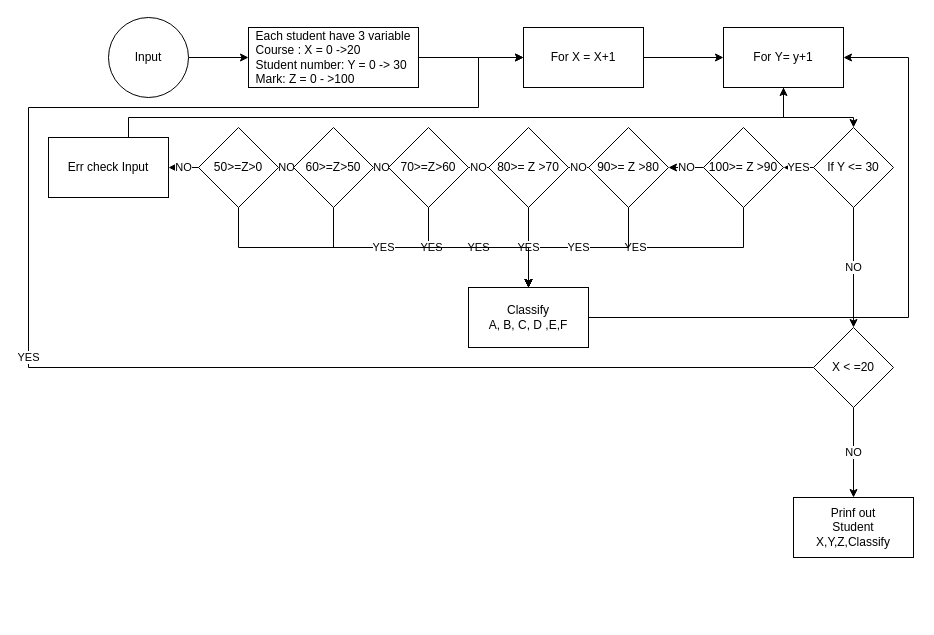
This is Untitled Diagram.drawio from ricotrannguyen/Algorithm, a draw.io file, before an edit. Source tidied: cells renumbered, new cells numbered last; positions are measured from the earlier drawing's top-left corner, leaving out a move shared by most shapes. Both pictures are drawn from the tidied source at 100%, with x=0, y=0 at pixel (28, 17).
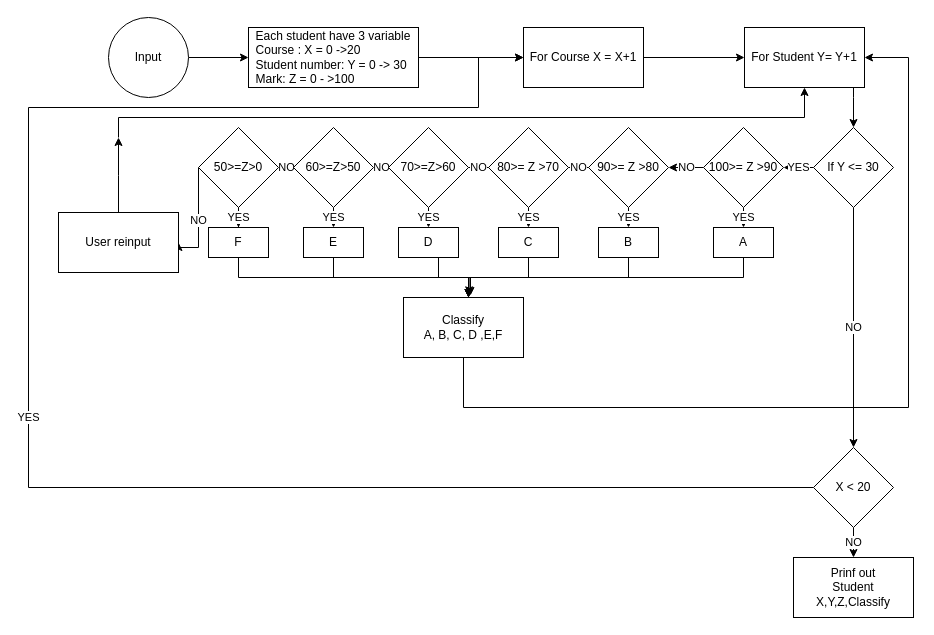
The same diagram, later.

The change refers to these unchanged cells:
```xml
<mxCell id="10" value="If Y &amp;lt;= 30" style="rhombus;whiteSpace=wrap;html=1;" parent="1" vertex="1">
  <mxGeometry x="785" y="110" width="80" height="80" as="geometry" />
</mxCell>
<mxCell id="13" value="100&amp;gt;= Z &amp;gt;90" style="rhombus;whiteSpace=wrap;html=1;" parent="1" vertex="1">
  <mxGeometry x="675" y="110" width="80" height="80" as="geometry" />
</mxCell>
<mxCell id="16" value="90&amp;gt;= Z &amp;gt;80" style="rhombus;whiteSpace=wrap;html=1;" parent="1" vertex="1">
  <mxGeometry x="560" y="110" width="80" height="80" as="geometry" />
</mxCell>
<mxCell id="19" value="80&amp;gt;= Z &amp;gt;70" style="rhombus;whiteSpace=wrap;html=1;" parent="1" vertex="1">
  <mxGeometry x="460" y="110" width="80" height="80" as="geometry" />
</mxCell>
<mxCell id="22" value="70&amp;gt;=Z&amp;gt;60" style="rhombus;whiteSpace=wrap;html=1;" parent="1" vertex="1">
  <mxGeometry x="360" y="110" width="80" height="80" as="geometry" />
</mxCell>
<mxCell id="25" value="60&amp;gt;=Z&amp;gt;50" style="rhombus;whiteSpace=wrap;html=1;" parent="1" vertex="1">
  <mxGeometry x="265" y="110" width="80" height="80" as="geometry" />
</mxCell>
<mxCell id="28" value="50&amp;gt;=Z&amp;gt;0" style="rhombus;whiteSpace=wrap;html=1;" parent="1" vertex="1">
  <mxGeometry x="170" y="110" width="80" height="80" as="geometry" />
</mxCell>
```

Change to the diagram source:
```diff
@@
-    <mxCell id="7" value="For X = X+1" style="whiteSpace=wrap;html=1;" parent="1" vertex="1">
+    <mxCell id="7" value="For Course X = X+1" style="whiteSpace=wrap;html=1;" parent="1" vertex="1">
       <mxGeometry x="495" y="10" width="120" height="60" as="geometry" />
     </mxCell>
@@
-    <mxCell id="12" value="YES" style="edgeStyle=orthogonalEdgeStyle;rounded=0;jettySize=auto;html=1;" parent="1" edge="1" source="13">
-      <mxGeometry relative="1" as="geometry">
-        <mxPoint x="500" y="270" as="targetPoint" />
-        <Array as="points">
-          <mxPoint x="715" y="230" />
-          <mxPoint x="500" y="230" />
-        </Array>
-      </mxGeometry>
-    </mxCell>
+    <mxCell id="39" value="YES" style="edgeStyle=orthogonalEdgeStyle;rounded=0;jettySize=auto;html=1;exitX=0.5;exitY=1;exitDx=0;exitDy=0;entryX=0.5;entryY=0;entryDx=0;entryDy=0;" parent="1" edge="1" source="13" target="57">
+      <mxGeometry relative="1" as="geometry" />
+    </mxCell>
@@
-    <mxCell id="15" value="YES" style="edgeStyle=orthogonalEdgeStyle;rounded=0;jettySize=auto;html=1;" parent="1" edge="1" source="16">
-      <mxGeometry relative="1" as="geometry">
-        <mxPoint x="500" y="270" as="targetPoint" />
-        <Array as="points">
-          <mxPoint x="600" y="230" />
-          <mxPoint x="500" y="230" />
-        </Array>
-      </mxGeometry>
-    </mxCell>
+    <mxCell id="40" value="YES" style="edgeStyle=orthogonalEdgeStyle;rounded=0;jettySize=auto;html=1;exitX=0.5;exitY=1;exitDx=0;exitDy=0;entryX=0.5;entryY=0;entryDx=0;entryDy=0;" parent="1" edge="1" source="16" target="55">
+      <mxGeometry relative="1" as="geometry" />
+    </mxCell>
@@
-    <mxCell id="18" value="YES" style="edgeStyle=orthogonalEdgeStyle;rounded=0;jettySize=auto;html=1;" parent="1" edge="1" source="19">
-      <mxGeometry relative="1" as="geometry">
-        <mxPoint x="500" y="270" as="targetPoint" />
-      </mxGeometry>
-    </mxCell>
+    <mxCell id="41" value="YES" style="edgeStyle=orthogonalEdgeStyle;rounded=0;jettySize=auto;html=1;exitX=0.5;exitY=1;exitDx=0;exitDy=0;entryX=0.5;entryY=0;entryDx=0;entryDy=0;" parent="1" edge="1" source="19" target="53">
+      <mxGeometry relative="1" as="geometry" />
+    </mxCell>
@@
-    <mxCell id="21" value="YES" style="edgeStyle=orthogonalEdgeStyle;rounded=0;jettySize=auto;html=1;entryX=0.5;entryY=0;entryDx=0;entryDy=0;" parent="1" edge="1" source="22" target="30">
-      <mxGeometry relative="1" as="geometry" />
-    </mxCell>
+    <mxCell id="42" value="YES" style="edgeStyle=orthogonalEdgeStyle;rounded=0;jettySize=auto;html=1;exitX=0.5;exitY=1;exitDx=0;exitDy=0;entryX=0.5;entryY=0;entryDx=0;entryDy=0;" parent="1" edge="1" source="22" target="51">
+      <mxGeometry relative="1" as="geometry" />
+    </mxCell>
@@
-    <mxCell id="24" value="YES" style="edgeStyle=orthogonalEdgeStyle;rounded=0;jettySize=auto;html=1;entryX=0.5;entryY=0;entryDx=0;entryDy=0;" parent="1" edge="1" source="25" target="30">
-      <mxGeometry relative="1" as="geometry">
-        <Array as="points">
-          <mxPoint x="305" y="230" />
-          <mxPoint x="500" y="230" />
-        </Array>
-      </mxGeometry>
-    </mxCell>
+    <mxCell id="43" value="YES" style="edgeStyle=orthogonalEdgeStyle;rounded=0;jettySize=auto;html=1;exitX=0.5;exitY=1;exitDx=0;exitDy=0;entryX=0.5;entryY=0;entryDx=0;entryDy=0;" parent="1" edge="1" source="25" target="49">
+      <mxGeometry relative="1" as="geometry" />
+    </mxCell>
@@
-    <mxCell id="26" value="YES" style="edgeStyle=orthogonalEdgeStyle;rounded=0;jettySize=auto;html=1;" parent="1" edge="1" source="28" target="30">
-      <mxGeometry relative="1" as="geometry">
-        <Array as="points">
-          <mxPoint x="210" y="230" />
-          <mxPoint x="500" y="230" />
-        </Array>
-      </mxGeometry>
-    </mxCell>
     <mxCell id="27" value="NO" style="edgeStyle=orthogonalEdgeStyle;rounded=0;jettySize=auto;html=1;entryX=1;entryY=0.5;entryDx=0;entryDy=0;" parent="1" edge="1" source="28" target="32">
-      <mxGeometry relative="1" as="geometry" />
+      <mxGeometry relative="1" as="geometry">
+        <Array as="points">
+          <mxPoint x="170" y="230" />
+        </Array>
+      </mxGeometry>
     </mxCell>
+    <mxCell id="44" value="YES" style="edgeStyle=orthogonalEdgeStyle;rounded=0;jettySize=auto;html=1;" parent="1" edge="1" source="28" target="47">
+      <mxGeometry relative="1" as="geometry" />
+    </mxCell>
@@
     <mxCell id="29" style="edgeStyle=orthogonalEdgeStyle;rounded=0;jettySize=auto;html=1;entryX=1;entryY=0.5;entryDx=0;entryDy=0;" parent="1" edge="1" source="30" target="37">
       <mxGeometry relative="1" as="geometry">
         <Array as="points">
-          <mxPoint x="880" y="300" />
+          <mxPoint x="880" y="390" />
           <mxPoint x="880" y="40" />
         </Array>
       </mxGeometry>
     </mxCell>
     <mxCell id="30" value="Classify&lt;br&gt;A, B, C, D ,E,F" style="whiteSpace=wrap;html=1;" parent="1" vertex="1">
-      <mxGeometry x="440" y="270" width="120" height="60" as="geometry" />
+      <mxGeometry x="375" y="280" width="120" height="60" as="geometry" />
     </mxCell>
-    <mxCell id="31" style="edgeStyle=orthogonalEdgeStyle;rounded=0;jettySize=auto;html=1;entryX=0.5;entryY=1;entryDx=0;entryDy=0;" parent="1" edge="1" source="32" target="37">
-      <mxGeometry relative="1" as="geometry">
-        <Array as="points">
-          <mxPoint x="100" y="100" />
-          <mxPoint x="755" y="100" />
-        </Array>
-      </mxGeometry>
-    </mxCell>
+    <mxCell id="45" style="edgeStyle=orthogonalEdgeStyle;rounded=0;jettySize=auto;html=1;" parent="1" edge="1" source="32">
+      <mxGeometry relative="1" as="geometry">
+        <mxPoint x="90" y="120" as="targetPoint" />
+      </mxGeometry>
+    </mxCell>
-    <mxCell id="32" value="Err check Input" style="whiteSpace=wrap;html=1;" parent="1" vertex="1">
-      <mxGeometry x="20" y="120" width="120" height="60" as="geometry" />
+    <mxCell id="32" value="User reinput" style="whiteSpace=wrap;html=1;" parent="1" vertex="1">
+      <mxGeometry x="30" y="195" width="120" height="60" as="geometry" />
     </mxCell>
     <mxCell id="33" value="YES" style="edgeStyle=orthogonalEdgeStyle;rounded=0;jettySize=auto;html=1;entryX=0;entryY=0.5;entryDx=0;entryDy=0;" parent="1" edge="1" source="35" target="7">
       <mxGeometry relative="1" as="geometry">
         <Array as="points">
-          <mxPoint y="350" />
+          <mxPoint x="825" y="470" />
+          <mxPoint y="470" />
           <mxPoint y="90" />
           <mxPoint x="450" y="90" />
           <mxPoint x="450" y="40" />
         </Array>
       </mxGeometry>
     </mxCell>
@@
-    <mxCell id="35" value="X &amp;lt; =20" style="rhombus;whiteSpace=wrap;html=1;" parent="1" vertex="1">
-      <mxGeometry x="785" y="310" width="80" height="80" as="geometry" />
+    <mxCell id="35" value="X &amp;lt; 20" style="rhombus;whiteSpace=wrap;html=1;" parent="1" vertex="1">
+      <mxGeometry x="785" y="430" width="80" height="80" as="geometry" />
     </mxCell>
     <mxCell id="36" style="edgeStyle=orthogonalEdgeStyle;rounded=0;jettySize=auto;html=1;" parent="1" edge="1" source="37" target="10">
       <mxGeometry relative="1" as="geometry">
         <Array as="points">
-          <mxPoint x="755" y="100" />
-          <mxPoint x="825" y="100" />
+          <mxPoint x="825" y="80" />
+          <mxPoint x="825" y="80" />
         </Array>
       </mxGeometry>
     </mxCell>
-    <mxCell id="37" value="For&amp;nbsp;Y= y+1" style="whiteSpace=wrap;html=1;" parent="1" vertex="1">
-      <mxGeometry x="695" y="10" width="120" height="60" as="geometry" />
+    <mxCell id="37" value="For Student Y= Y+1" style="whiteSpace=wrap;html=1;" parent="1" vertex="1">
+      <mxGeometry x="716" y="10" width="120" height="60" as="geometry" />
     </mxCell>
     <mxCell id="38" value="Prinf out&lt;br&gt;Student X,Y,Z,Classify" style="whiteSpace=wrap;html=1;" parent="1" vertex="1">
-      <mxGeometry x="765" y="480" width="120" height="60" as="geometry" />
+      <mxGeometry x="765" y="540" width="120" height="60" as="geometry" />
     </mxCell>
+    <mxCell id="46" style="edgeStyle=orthogonalEdgeStyle;rounded=0;jettySize=auto;html=1;" parent="1" edge="1" source="47" target="30">
+      <mxGeometry relative="1" as="geometry">
+        <Array as="points">
+          <mxPoint x="210" y="260" />
+          <mxPoint x="440" y="260" />
+        </Array>
+      </mxGeometry>
+    </mxCell>
+    <mxCell id="47" value="F" style="whiteSpace=wrap;html=1;" parent="1" vertex="1">
+      <mxGeometry x="180" y="210" width="60" height="30" as="geometry" />
+    </mxCell>
+    <mxCell id="48" style="edgeStyle=orthogonalEdgeStyle;rounded=0;jettySize=auto;html=1;" parent="1" edge="1" source="49">
+      <mxGeometry relative="1" as="geometry">
+        <mxPoint x="440" y="280" as="targetPoint" />
+        <Array as="points">
+          <mxPoint x="305" y="260" />
+          <mxPoint x="440" y="260" />
+        </Array>
+      </mxGeometry>
+    </mxCell>
+    <mxCell id="49" value="E" style="whiteSpace=wrap;html=1;" parent="1" vertex="1">
+      <mxGeometry x="275" y="210" width="60" height="30" as="geometry" />
+    </mxCell>
+    <mxCell id="50" style="edgeStyle=orthogonalEdgeStyle;rounded=0;jettySize=auto;html=1;" parent="1" edge="1" source="51">
+      <mxGeometry relative="1" as="geometry">
+        <mxPoint x="440" y="280" as="targetPoint" />
+        <Array as="points">
+          <mxPoint x="410" y="260" />
+          <mxPoint x="440" y="260" />
+        </Array>
+      </mxGeometry>
+    </mxCell>
+    <mxCell id="51" value="D" style="whiteSpace=wrap;html=1;" parent="1" vertex="1">
+      <mxGeometry x="370" y="210" width="60" height="30" as="geometry" />
+    </mxCell>
+    <mxCell id="52" style="edgeStyle=orthogonalEdgeStyle;rounded=0;jettySize=auto;html=1;" parent="1" edge="1" source="53">
+      <mxGeometry relative="1" as="geometry">
+        <mxPoint x="440" y="280" as="targetPoint" />
+        <Array as="points">
+          <mxPoint x="500" y="260" />
+          <mxPoint x="440" y="260" />
+        </Array>
+      </mxGeometry>
+    </mxCell>
+    <mxCell id="53" value="C" style="whiteSpace=wrap;html=1;" parent="1" vertex="1">
+      <mxGeometry x="470" y="210" width="60" height="30" as="geometry" />
+    </mxCell>
+    <mxCell id="54" style="edgeStyle=orthogonalEdgeStyle;rounded=0;jettySize=auto;html=1;" parent="1" edge="1" source="55">
+      <mxGeometry relative="1" as="geometry">
+        <mxPoint x="442" y="278" as="targetPoint" />
+        <Array as="points">
+          <mxPoint x="600" y="260" />
+          <mxPoint x="442" y="260" />
+        </Array>
+      </mxGeometry>
+    </mxCell>
+    <mxCell id="55" value="B" style="whiteSpace=wrap;html=1;" parent="1" vertex="1">
+      <mxGeometry x="570" y="210" width="60" height="30" as="geometry" />
+    </mxCell>
+    <mxCell id="56" style="edgeStyle=orthogonalEdgeStyle;rounded=0;jettySize=auto;html=1;entryX=0.547;entryY=-0.044;entryDx=0;entryDy=0;entryPerimeter=0;" parent="1" edge="1" source="57" target="30">
+      <mxGeometry relative="1" as="geometry">
+        <Array as="points">
+          <mxPoint x="715" y="260" />
+          <mxPoint x="441" y="260" />
+        </Array>
+      </mxGeometry>
+    </mxCell>
+    <mxCell id="57" value="A" style="whiteSpace=wrap;html=1;" parent="1" vertex="1">
+      <mxGeometry x="685" y="210" width="60" height="30" as="geometry" />
+    </mxCell>
+    <mxCell id="58" style="edgeStyle=orthogonalEdgeStyle;rounded=0;jettySize=auto;html=1;entryX=0.5;entryY=1;entryDx=0;entryDy=0;" parent="1" edge="1" target="37">
+      <mxGeometry relative="1" as="geometry">
+        <mxPoint x="90" y="120" as="sourcePoint" />
+        <Array as="points">
+          <mxPoint x="90" y="100" />
+          <mxPoint x="776" y="100" />
+        </Array>
+      </mxGeometry>
+    </mxCell>
```
